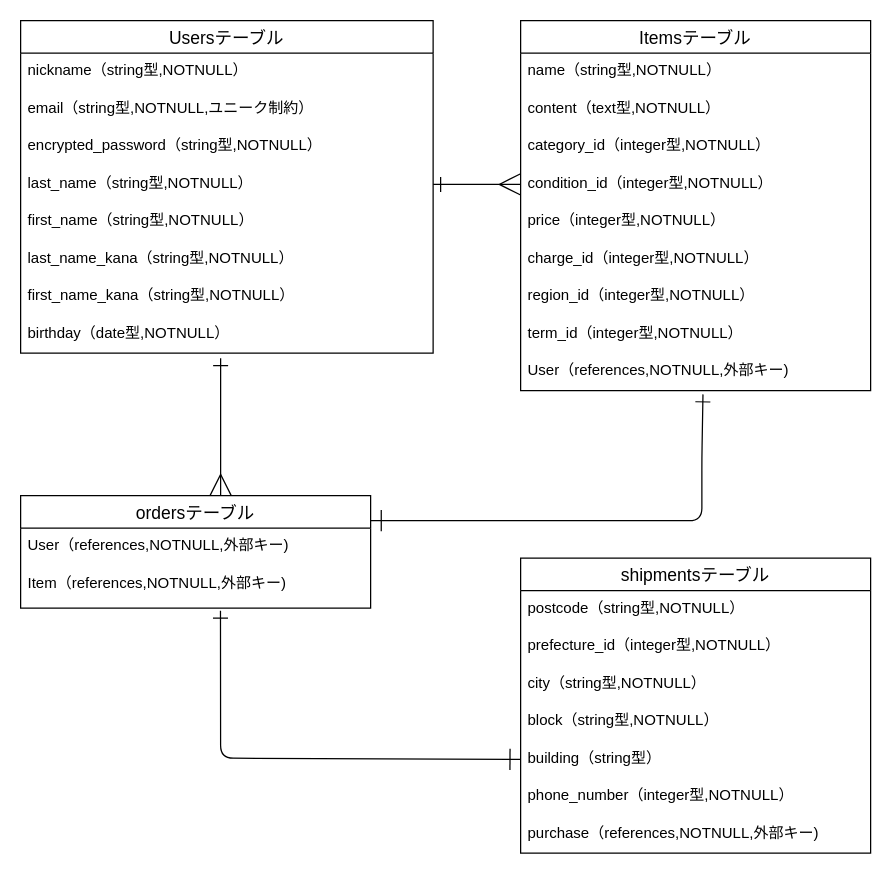
Above: ER.dio in 31chiemi/furima-38988 (draw.io), before the change. Source tidied: cells renumbered, new cells numbered last; positions are measured from the earlier drawing's top-left corner, leaving out a move shared by most shapes. Both pictures are drawn from the tidied source at 125%, with x=0, y=0 at pixel (20, 20).
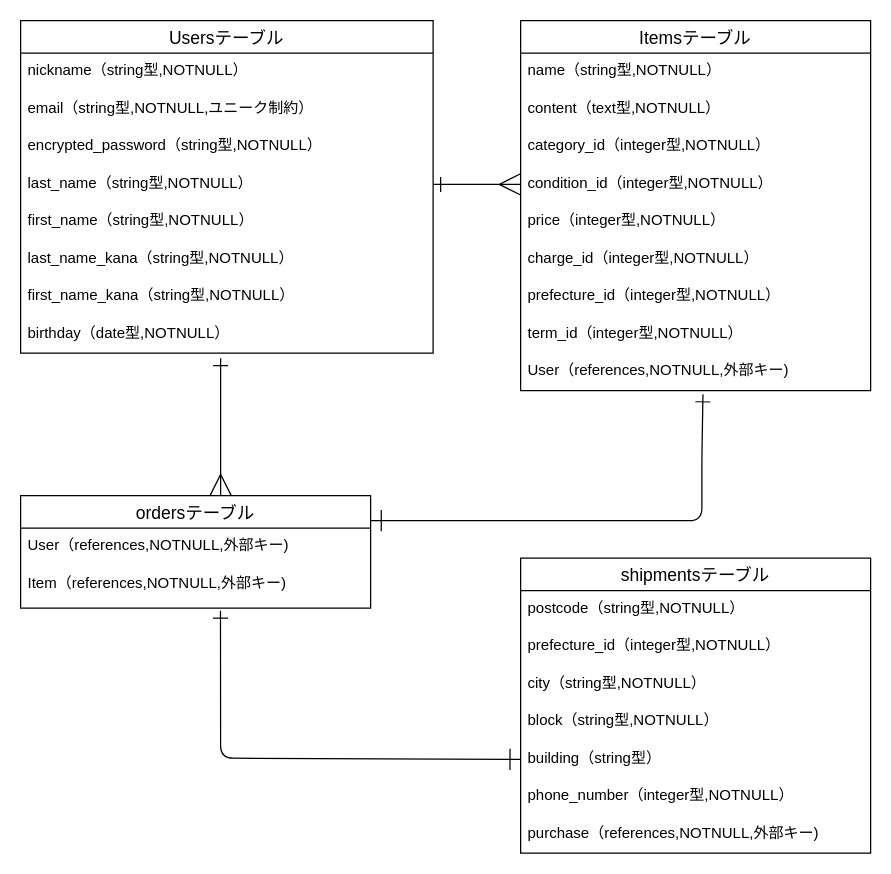
After the change.

Unchanged cells that the change refers to:
```xml
<mxCell id="11" value="Itemsテーブル" style="swimlane;fontStyle=0;horizontal=1;startSize=26;align=center;fontSize=14;labelBackgroundColor=default;" parent="1" vertex="1">
  <mxGeometry x="400" width="280" height="296" as="geometry" />
</mxCell>
```

Change to the diagram source:
```diff
@@
-    <mxCell id="18" value="region_id（integer型,NOTNULL）" style="text;strokeColor=none;fillColor=none;spacingLeft=4;spacingRight=4;overflow=hidden;fontSize=12;labelBackgroundColor=default;" parent="11" vertex="1">
+    <mxCell id="18" value="prefecture_id（integer型,NOTNULL）" style="text;strokeColor=none;fillColor=none;spacingLeft=4;spacingRight=4;overflow=hidden;fontSize=12;labelBackgroundColor=default;" parent="11" vertex="1">
       <mxGeometry y="206" width="280" height="30" as="geometry" />
     </mxCell>
```
